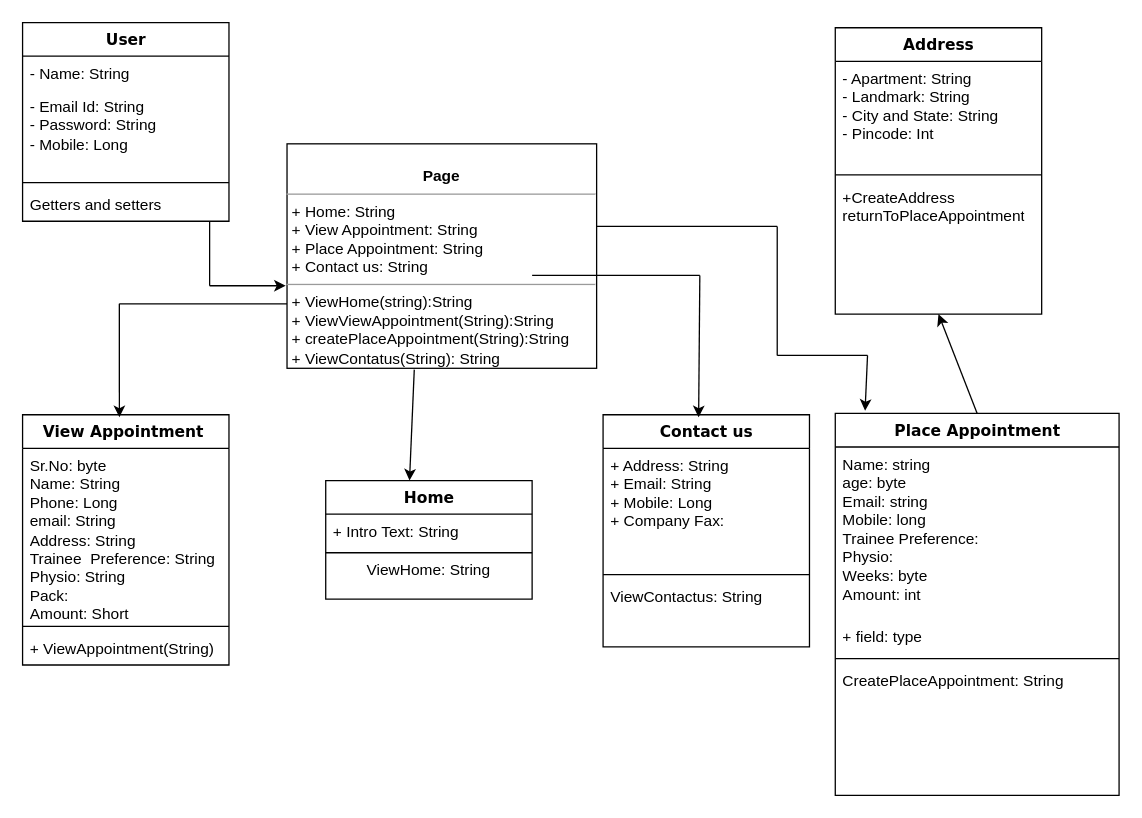
Above: Fitness Tracker.drawio in tcsadityasalvi/Test (draw.io), before the change. Source tidied: cells renumbered, new cells numbered last; positions are measured from the earlier drawing's top-left corner, leaving out a move shared by most shapes. Both pictures are drawn from the tidied source at 129%, with x=0, y=0 at pixel (22, 22).
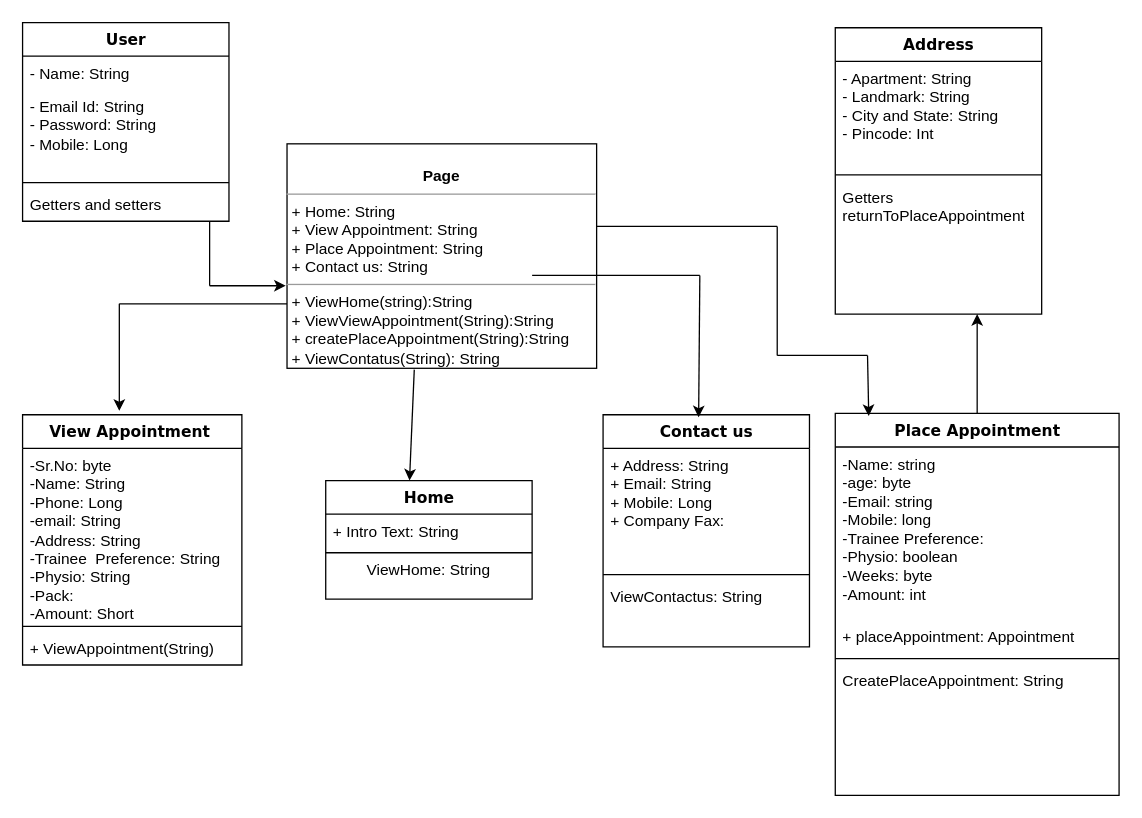
The same page after the edit.

The change refers to these unchanged cells:
```xml
<mxCell id="11" value="Address" style="swimlane;html=1;fontStyle=1;align=center;verticalAlign=top;horizontal=1;startSize=26;swimlaneFillColor=#ffffff;rounded=0;shadow=0;comic=0;labelBackgroundColor=none;strokeWidth=1;fillColor=none;fontFamily=Verdana;fontSize=12;" parent="1" vertex="1">
  <mxGeometry x="630" y="4" width="160" height="222" as="geometry" />
</mxCell>
<mxCell id="19" value="Place Appointment" style="swimlane;html=1;fontStyle=1;align=center;verticalAlign=top;horizontal=1;startSize=26;swimlaneFillColor=#ffffff;rounded=0;shadow=0;comic=0;labelBackgroundColor=none;strokeWidth=1;fillColor=none;fontFamily=Verdana;fontSize=12;" parent="1" vertex="1">
  <mxGeometry x="630" y="303" width="220" height="296" as="geometry" />
</mxCell>
```

Diff of the diagram source:
```diff
@@
     <mxCell id="2" value="View Appointment&amp;nbsp;" style="swimlane;html=1;fontStyle=1;align=center;verticalAlign=top;horizontal=1;startSize=26;swimlaneFillColor=#ffffff;rounded=0;shadow=0;comic=0;labelBackgroundColor=none;strokeWidth=1;fillColor=none;fontFamily=Verdana;fontSize=12;" parent="1" vertex="1">
-      <mxGeometry y="304" width="160" height="194" as="geometry" />
+      <mxGeometry y="304" width="170" height="194" as="geometry" />
     </mxCell>
-    <mxCell id="3" value="Sr.No: byte&lt;br&gt;Name: String&lt;br&gt;Phone: Long&lt;br&gt;email: String&lt;br&gt;Address: String&lt;br&gt;Trainee&amp;nbsp; Preference: String&lt;br&gt;Physio: String&lt;br&gt;Pack:&lt;br&gt;Amount: Short" style="text;html=1;strokeColor=none;fillColor=none;align=left;verticalAlign=top;spacingLeft=4;spacingRight=4;whiteSpace=wrap;overflow=hidden;" parent="2" vertex="1">
-      <mxGeometry y="26" width="160" height="134" as="geometry" />
+    <mxCell id="3" value="-Sr.No: byte&lt;br&gt;-Name: String&lt;br&gt;-Phone: Long&lt;br&gt;-email: String&lt;br&gt;-Address: String&lt;br&gt;-Trainee&amp;nbsp; Preference: String&lt;br&gt;-Physio: String&lt;br&gt;-Pack:&lt;br&gt;-Amount: Short" style="text;html=1;strokeColor=none;fillColor=none;align=left;verticalAlign=top;spacingLeft=4;spacingRight=4;whiteSpace=wrap;overflow=hidden;" parent="2" vertex="1">
+      <mxGeometry y="26" width="170" height="134" as="geometry" />
     </mxCell>
     <mxCell id="4" style="line;html=1;strokeWidth=1;fillColor=none;align=left;verticalAlign=middle;spacingTop=-1;spacingLeft=3;spacingRight=3;labelPosition=right;" parent="2" vertex="1">
-      <mxGeometry y="160" width="160" height="8" as="geometry" />
+      <mxGeometry y="160" width="170" height="8" as="geometry" />
     </mxCell>
     <mxCell id="5" value="+ ViewAppointment(String)" style="text;html=1;strokeColor=none;fillColor=none;align=left;verticalAlign=top;spacingLeft=4;spacingRight=4;whiteSpace=wrap;overflow=hidden;" parent="2" vertex="1">
-      <mxGeometry y="168" width="160" height="26" as="geometry" />
+      <mxGeometry y="168" width="170" height="26" as="geometry" />
     </mxCell>
@@
-    <mxCell id="14" value="+CreateAddress&lt;br&gt;returnToPlaceAppointment" style="text;html=1;strokeColor=none;fillColor=none;align=left;verticalAlign=top;spacingLeft=4;spacingRight=4;whiteSpace=wrap;overflow=hidden;" parent="11" vertex="1">
+    <mxCell id="14" value="Getters&lt;br&gt;returnToPlaceAppointment" style="text;html=1;strokeColor=none;fillColor=none;align=left;verticalAlign=top;spacingLeft=4;spacingRight=4;whiteSpace=wrap;overflow=hidden;" parent="11" vertex="1">
       <mxGeometry y="118" width="160" height="52" as="geometry" />
     </mxCell>
@@
-    <mxCell id="20" value="Name: string&lt;br&gt;age: byte&lt;br&gt;Email: string&lt;br&gt;Mobile: long&lt;br&gt;Trainee Preference:&amp;nbsp;&lt;br&gt;Physio:&lt;br&gt;Weeks: byte&lt;br&gt;Amount: int" style="text;html=1;strokeColor=none;fillColor=none;align=left;verticalAlign=top;spacingLeft=4;spacingRight=4;whiteSpace=wrap;overflow=hidden;" parent="19" vertex="1">
+    <mxCell id="20" value="-Name: string&lt;br&gt;-age: byte&lt;br&gt;-Email: string&lt;br&gt;-Mobile: long&lt;br&gt;-Trainee Preference:&amp;nbsp;&lt;br&gt;-Physio: boolean&lt;br&gt;-Weeks: byte&lt;br&gt;-Amount: int" style="text;html=1;strokeColor=none;fillColor=none;align=left;verticalAlign=top;spacingLeft=4;spacingRight=4;whiteSpace=wrap;overflow=hidden;" parent="19" vertex="1">
       <mxGeometry y="26" width="220" height="134" as="geometry" />
     </mxCell>
-    <mxCell id="21" value="+ field: type" style="text;html=1;strokeColor=none;fillColor=none;align=left;verticalAlign=top;spacingLeft=4;spacingRight=4;whiteSpace=wrap;overflow=hidden;" parent="19" vertex="1">
+    <mxCell id="21" value="+ placeAppointment: Appointment" style="text;html=1;strokeColor=none;fillColor=none;align=left;verticalAlign=top;spacingLeft=4;spacingRight=4;whiteSpace=wrap;overflow=hidden;" parent="19" vertex="1">
       <mxGeometry y="160" width="220" height="26" as="geometry" />
     </mxCell>
@@
-    <mxCell id="32" style="endArrow=classic;html=1;entryX=0.469;entryY=0.01;entryDx=0;entryDy=0;entryPerimeter=0;" parent="1" edge="1" target="2">
+    <mxCell id="32" style="endArrow=classic;html=1;" parent="1" edge="1">
       <mxGeometry relative="1" as="geometry">
         <mxPoint x="75" y="218" as="sourcePoint" />
+        <mxPoint x="75" y="301" as="targetPoint" />
       </mxGeometry>
     </mxCell>
@@
-    <mxCell id="36" style="endArrow=classic;html=1;exitX=0.5;exitY=0;exitDx=0;exitDy=0;entryX=0.5;entryY=1;entryDx=0;entryDy=0;" parent="1" edge="1" source="19" target="11">
-      <mxGeometry relative="1" as="geometry" />
+    <mxCell id="36" style="endArrow=classic;html=1;exitX=0.5;exitY=0;exitDx=0;exitDy=0;" parent="1" edge="1" source="19">
+      <mxGeometry relative="1" as="geometry">
+        <mxPoint x="740" y="226" as="targetPoint" />
+      </mxGeometry>
     </mxCell>
@@
-    <mxCell id="40" style="endArrow=classic;html=1;entryX=0.105;entryY=-0.007;entryDx=0;entryDy=0;entryPerimeter=0;" parent="1" edge="1" target="19">
+    <mxCell id="40" style="endArrow=classic;html=1;entryX=0.118;entryY=0.007;entryDx=0;entryDy=0;entryPerimeter=0;" parent="1" edge="1" target="19">
       <mxGeometry relative="1" as="geometry">
         <mxPoint x="655" y="258" as="sourcePoint" />
       </mxGeometry>
     </mxCell>
```
